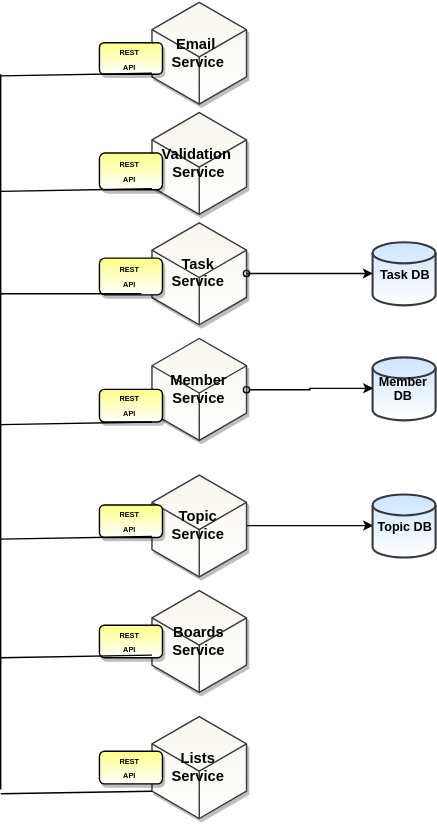
Before: Task Management Microservice Architecture.svg, a diagram exported from draw.io (Frong-nt/Task-Management-Services). Source tidied: cells renumbered, new cells last; positions are measured from the earlier drawing's top-left corner, leaving out a move shared by most shapes.
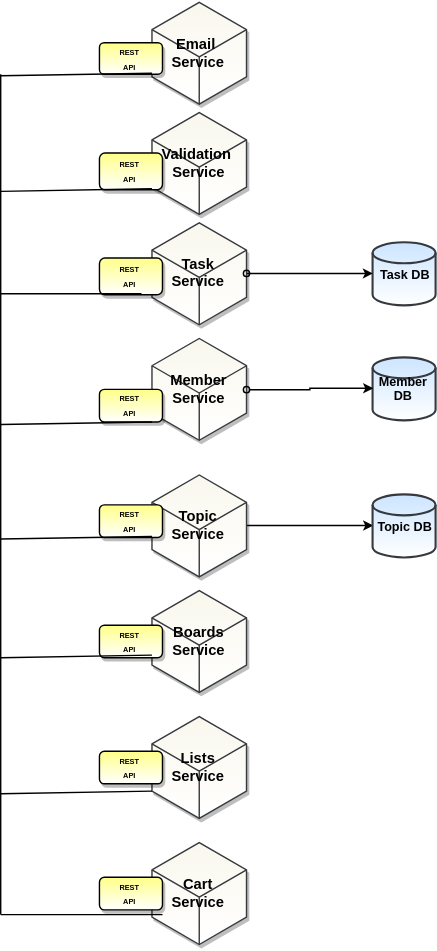
The same diagram one commit later.

The edit, as a diff of the source:
```diff
@@ -68,7 +68,7 @@
     </mxCell>
     <mxCell id="22" style="endArrow=none;html=1;" parent="1" edge="1">
       <mxGeometry relative="1" as="geometry">
-        <mxPoint y="751" as="sourcePoint" />
+        <mxPoint y="870" as="sourcePoint" />
         <mxPoint y="70" as="targetPoint" />
       </mxGeometry>
     </mxCell>
@@ -113,5 +113,17 @@
         <mxPoint x="144" y="69" as="targetPoint" />
       </mxGeometry>
     </mxCell>
+    <mxCell id="30" value="&lt;span style=&quot;font-size: 14px&quot;&gt;&lt;b&gt;Cart &lt;br&gt;Service&lt;/b&gt;&lt;/span&gt;" style="html=1;whiteSpace=wrap;shape=isoCube;backgroundOutline=1;fillColor=#f9f7ed;strokeColor=#36393d;shadow=1;gradientColor=#ffffff;" parent="1" vertex="1">
+      <mxGeometry x="144" y="800" width="90" height="100" as="geometry" />
+    </mxCell>
+    <mxCell id="31" style="endArrow=none;html=1;entryX=0;entryY=0;entryDx=0;entryDy=72.5;entryPerimeter=0;" parent="1" edge="1">
+      <mxGeometry relative="1" as="geometry">
+        <mxPoint y="870" as="sourcePoint" />
+        <mxPoint x="154" y="870" as="targetPoint" />
+      </mxGeometry>
+    </mxCell>
+    <mxCell id="32" value="&lt;b&gt;&lt;font style=&quot;font-size: 7px&quot;&gt;REST &lt;br&gt;API&lt;/font&gt;&lt;/b&gt;" style="rounded=1;whiteSpace=wrap;html=1;shadow=1;strokeColor=#000000;fillColor=#ffff88;gradientColor=#ffffff;glass=0;comic=0;" parent="1" vertex="1">
+      <mxGeometry x="94" y="834.5" width="60" height="31" as="geometry" />
+    </mxCell>
   </root>
 </mxGraphModel>
```
